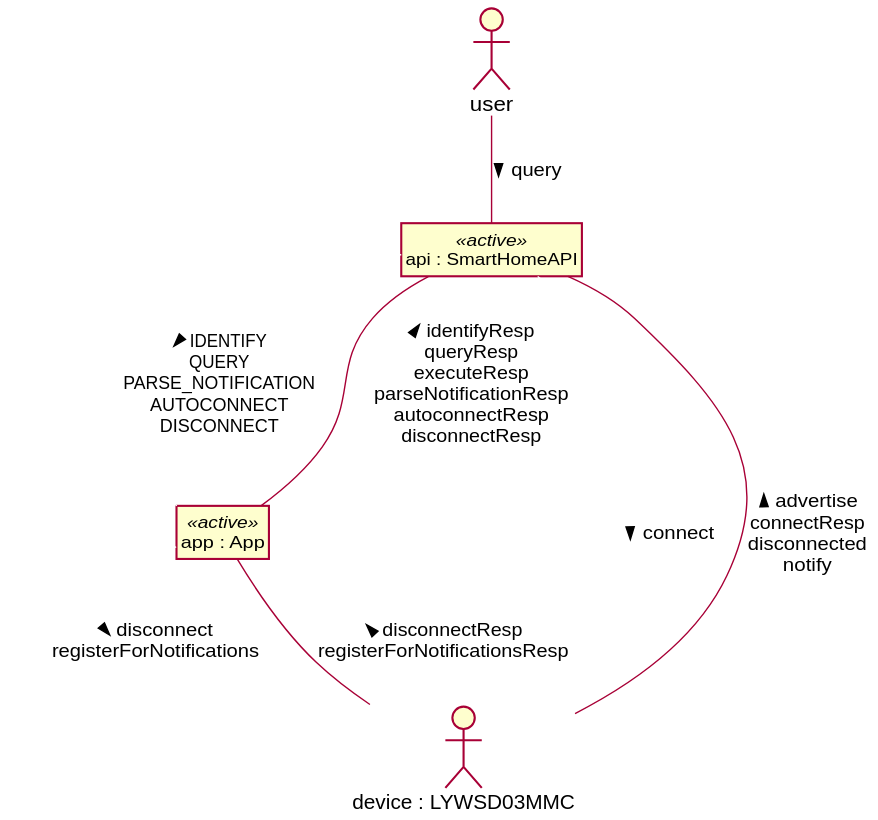
Earlier version of the PlantUML export LocalFulfillment-context.svg (fjouault/SmartHomeCaseStudy). The source it was exported from:
```plantuml
@startuml
skinparam classAttributeIconSize 0
skinparam shadowing false
hide circle
hide empty members
allowmixing
actor "user" as user

class "api : SmartHomeAPI" as api <<active>> {
}
class "app : App" as app <<active>> {
}
actor "device : LYWSD03MMC" as device

user -- api : > query
api -[#transparent]- app : > IDENTIFY\nQUERY\nPARSE_NOTIFICATION\nAUTOCONNECT\nDISCONNECT
api -- app : < identifyResp\nqueryResp\nexecuteResp\nparseNotificationResp\nautoconnectResp\ndisconnectResp
app -[#transparent]- device : > disconnect\nregisterForNotifications
app -- device : < disconnectResp\nregisterForNotificationsResp
api -[#transparent]- device : > connect
api -- device : < advertise\nconnectResp\ndisconnected\nnotify
@enduml
```
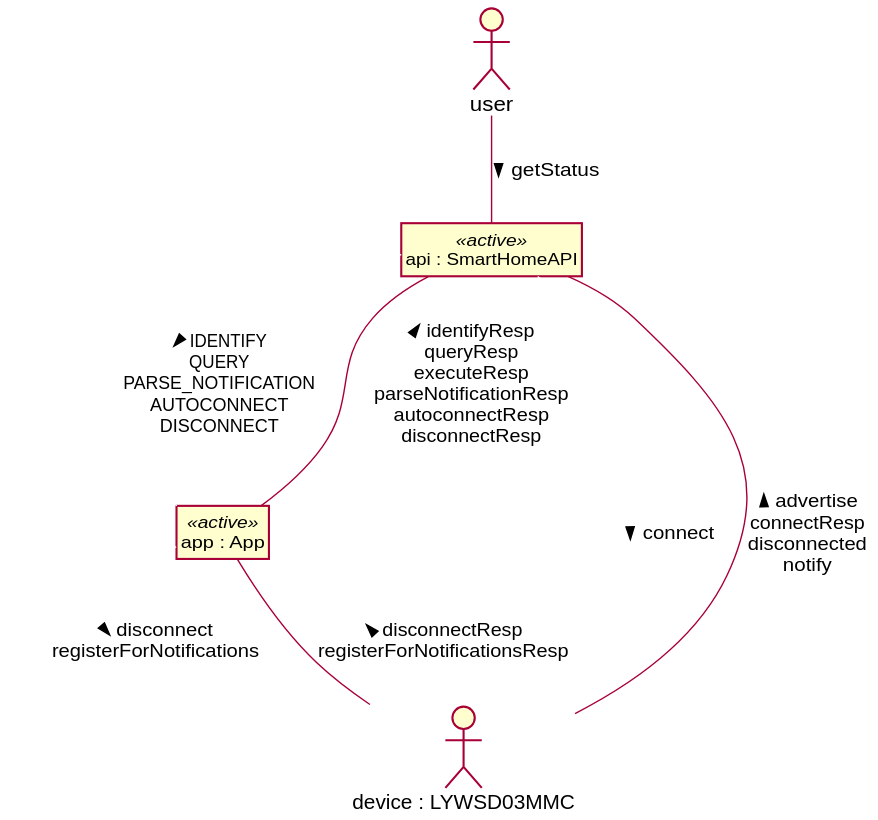
After the change.

Commit message:
fixed possible message from user to api

The edit, as a diff of the source:
```diff
@@ -1,18 +1,17 @@
 @startuml
+
 skinparam classAttributeIconSize 0
 skinparam shadowing false
 hide circle
 hide empty members
 allowmixing
 actor "user" as user
-
 class "api : SmartHomeAPI" as api <<active>> {
 }
 class "app : App" as app <<active>> {
 }
 actor "device : LYWSD03MMC" as device
-
-user -- api : > query
+user -- api : > getStatus
 api -[#transparent]- app : > IDENTIFY\nQUERY\nPARSE_NOTIFICATION\nAUTOCONNECT\nDISCONNECT
 api -- app : < identifyResp\nqueryResp\nexecuteResp\nparseNotificationResp\nautoconnectResp\ndisconnectResp
 app -[#transparent]- device : > disconnect\nregisterForNotifications
```
